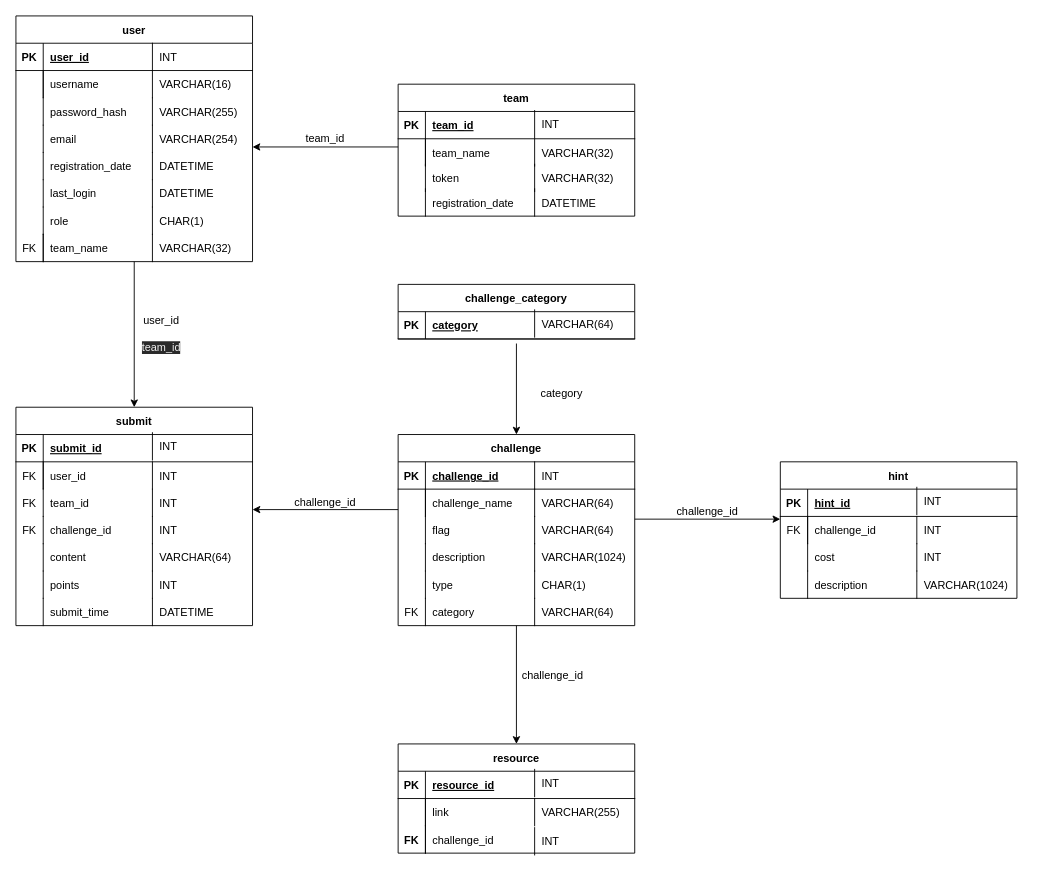
This is db/schema_diagram.drawio from FeeeDz/H4ckUs4t1_CTF, a draw.io file, before an edit. Source tidied: cells renumbered, new cells numbered last; positions are measured from the earlier drawing's top-left corner, leaving out a move shared by most shapes. Both pictures are drawn from the tidied source at 91%, with x=0, y=0 at pixel (15, 15).
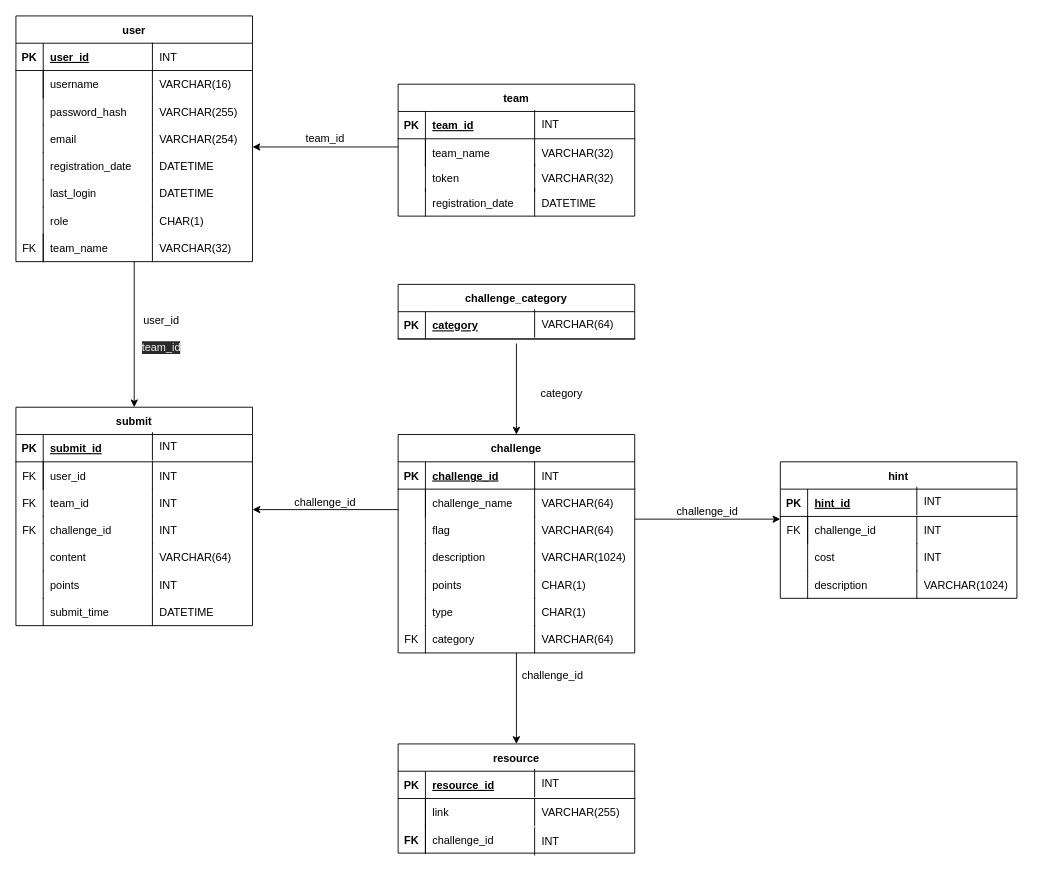
Above is the later version.

Unchanged cells that the change refers to:
```xml
<mxCell id="153" style="group;" parent="152" vertex="1">
  <mxGeometry width="130" height="30" as="geometry" />
</mxCell>
```

Change to the diagram source:
```diff
@@
     <mxCell id="89" value="challenge" style="shape=table;startSize=30;childLayout=tableLayout;rowLines=0;fontStyle=1;align=center;" parent="1" vertex="1">
-      <mxGeometry x="420" y="460" width="260" height="210" as="geometry" />
+      <mxGeometry x="420" y="460" width="260" height="240" as="geometry" />
     </mxCell>
@@
     <mxCell id="115" style="endArrow=classic;html=1;rounded=0;entryX=0.5;entryY=0;entryDx=0;entryDy=0;" parent="1" edge="1">
       <mxGeometry relative="1" as="geometry">
-        <mxPoint x="550" y="670" as="sourcePoint" />
+        <mxPoint x="550" y="700" as="sourcePoint" />
         <mxPoint x="550" y="800" as="targetPoint" />
       </mxGeometry>
     </mxCell>
@@
     <mxCell id="139" style="shape=partialRectangle;fillColor=none;top=0;left=0;right=0;bottom=0;" parent="1" vertex="1">
-      <mxGeometry x="420" y="640" width="130" height="30" as="geometry" />
+      <mxGeometry x="420" y="670" width="130" height="30" as="geometry" />
     </mxCell>
     <mxCell id="140" style="group;" parent="1" vertex="1">
-      <mxGeometry x="420" y="640" width="250" height="30" as="geometry" />
+      <mxGeometry x="420" y="670" width="250" height="30" as="geometry" />
     </mxCell>
@@
-    <mxCell id="155" value="type" style="shape=partialRectangle;overflow=hidden;fillColor=none;top=0;left=0;bottom=0;right=0;align=left;spacingLeft=6;" parent="153" vertex="1">
+    <mxCell id="155" value="points" style="shape=partialRectangle;overflow=hidden;fillColor=none;top=0;left=0;bottom=0;right=0;align=left;spacingLeft=6;" parent="153" vertex="1">
       <mxGeometry x="30" width="100" height="30" as="geometry" />
     </mxCell>
@@
+    <mxCell id="184" style="group;" parent="1" vertex="1">
+      <mxGeometry x="420" y="640" width="270" height="30" as="geometry" />
+    </mxCell>
+    <mxCell id="185" style="group;" parent="184" vertex="1">
+      <mxGeometry width="130" height="30" as="geometry" />
+    </mxCell>
+    <mxCell id="186" style="shape=partialRectangle;overflow=hidden;fillColor=none;top=0;left=0;bottom=0;right=1;" parent="185" vertex="1">
+      <mxGeometry width="30" height="30" as="geometry" />
+    </mxCell>
+    <mxCell id="187" value="type" style="shape=partialRectangle;overflow=hidden;fillColor=none;top=0;left=0;bottom=0;right=0;align=left;spacingLeft=6;" parent="185" vertex="1">
+      <mxGeometry x="30" width="100" height="30" as="geometry" />
+    </mxCell>
+    <mxCell id="188" value="CHAR(1)" style="shape=partialRectangle;overflow=hidden;fillColor=none;top=0;left=1;bottom=0;right=0;align=left;spacingLeft=6;" parent="184" vertex="1">
+      <mxGeometry x="150" width="120" height="30" as="geometry" />
+    </mxCell>
```
